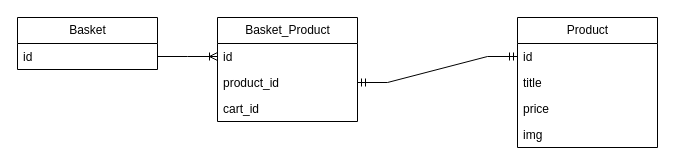
The draw.io diagram Online-store-mind.drawio in Andrew-Sparrow/online-store-mind, before the edit. Source tidied: cells renumbered, new cells numbered last; positions are measured from the earlier drawing's top-left corner, leaving out a move shared by most shapes. Both pictures are drawn from the tidied source at 100%, with x=0, y=0 at pixel (17, 17).
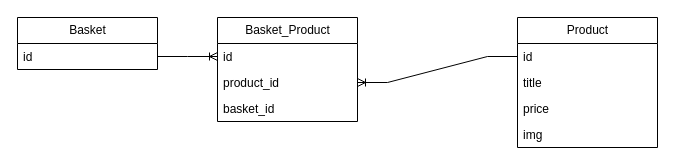
After the change.

What changed in the source:
```diff
@@
 <mxGraphModel>
   <root>
     <mxCell id="0" />
     <mxCell id="1" parent="0" />
     <mxCell id="2" value="Product" style="swimlane;fontStyle=0;horizontal=1;startSize=26;fillColor=none;html=1;" parent="1" vertex="1">
       <mxGeometry x="500" width="140" height="130" as="geometry" />
     </mxCell>
     <mxCell id="3" value="id" style="text;strokeColor=none;fillColor=none;align=left;verticalAlign=top;spacingLeft=4;spacingRight=4;overflow=hidden;points=[[0,0.5],[1,0.5]];portConstraint=eastwest;whiteSpace=wrap;html=1;" parent="2" vertex="1">
       <mxGeometry y="26" width="140" height="26" as="geometry" />
     </mxCell>
     <mxCell id="4" value="title" style="text;strokeColor=none;fillColor=none;align=left;verticalAlign=top;spacingLeft=4;spacingRight=4;overflow=hidden;whiteSpace=wrap;html=1;" parent="2" vertex="1">
       <mxGeometry y="52" width="140" height="26" as="geometry" />
     </mxCell>
     <mxCell id="5" value="price" style="text;strokeColor=none;fillColor=none;align=left;verticalAlign=top;spacingLeft=4;spacingRight=4;overflow=hidden;whiteSpace=wrap;html=1;" parent="2" vertex="1">
       <mxGeometry y="78" width="140" height="26" as="geometry" />
     </mxCell>
     <mxCell id="6" value="img" style="text;strokeColor=none;fillColor=none;align=left;verticalAlign=top;spacingLeft=4;spacingRight=4;overflow=hidden;whiteSpace=wrap;html=1;" parent="2" vertex="1">
       <mxGeometry y="104" width="140" height="26" as="geometry" />
     </mxCell>
     <mxCell id="7" value="Basket" style="swimlane;fontStyle=0;horizontal=1;startSize=26;fillColor=none;html=1;" parent="1" vertex="1">
       <mxGeometry width="140" height="52" as="geometry" />
     </mxCell>
     <mxCell id="8" value="id" style="text;strokeColor=none;fillColor=none;align=left;verticalAlign=top;spacingLeft=4;spacingRight=4;overflow=hidden;points=[[0,0.5],[1,0.5]];portConstraint=eastwest;whiteSpace=wrap;html=1;" parent="7" vertex="1">
       <mxGeometry y="26" width="140" height="26" as="geometry" />
     </mxCell>
     <mxCell id="9" value="Basket_Product" style="swimlane;fontStyle=0;horizontal=1;startSize=26;fillColor=none;html=1;" parent="1" vertex="1">
       <mxGeometry x="200" width="140" height="104" as="geometry" />
     </mxCell>
     <mxCell id="10" value="id" style="text;strokeColor=none;fillColor=none;align=left;verticalAlign=top;spacingLeft=4;spacingRight=4;overflow=hidden;points=[[0,0.5],[1,0.5]];portConstraint=eastwest;whiteSpace=wrap;html=1;" parent="9" vertex="1">
       <mxGeometry y="26" width="140" height="26" as="geometry" />
     </mxCell>
     <mxCell id="11" value="product_id" style="text;strokeColor=none;fillColor=none;align=left;verticalAlign=top;spacingLeft=4;spacingRight=4;overflow=hidden;points=[[0,0.5],[1,0.5]];portConstraint=eastwest;whiteSpace=wrap;html=1;" parent="9" vertex="1">
       <mxGeometry y="52" width="140" height="26" as="geometry" />
     </mxCell>
-    <mxCell id="12" value="cart_id" style="text;strokeColor=none;fillColor=none;align=left;verticalAlign=top;spacingLeft=4;spacingRight=4;overflow=hidden;whiteSpace=wrap;html=1;" parent="9" vertex="1">
+    <mxCell id="12" value="basket_id" style="text;strokeColor=none;fillColor=none;align=left;verticalAlign=top;spacingLeft=4;spacingRight=4;overflow=hidden;whiteSpace=wrap;html=1;" parent="9" vertex="1">
       <mxGeometry y="78" width="140" height="26" as="geometry" />
     </mxCell>
     <mxCell id="13" style="edgeStyle=entityRelationEdgeStyle;fontSize=12;html=1;endArrow=ERoneToMany;rounded=0;exitX=1;exitY=0.5;exitDx=0;exitDy=0;entryX=0;entryY=0.5;entryDx=0;entryDy=0;" parent="1" edge="1" source="8" target="10">
       <mxGeometry relative="1" as="geometry" />
     </mxCell>
-    <mxCell id="14" style="edgeStyle=entityRelationEdgeStyle;fontSize=12;html=1;endArrow=ERmandOne;startArrow=ERmandOne;rounded=0;exitX=1;exitY=0.5;exitDx=0;exitDy=0;entryX=0;entryY=0.5;entryDx=0;entryDy=0;" parent="1" edge="1" source="11" target="3">
-      <mxGeometry relative="1" as="geometry" />
-    </mxCell>
+    <mxCell id="15" style="edgeStyle=entityRelationEdgeStyle;fontSize=12;html=1;endArrow=ERoneToMany;rounded=0;exitX=0;exitY=0.5;exitDx=0;exitDy=0;entryX=1;entryY=0.5;entryDx=0;entryDy=0;" parent="1" edge="1" source="3" target="11">
+      <mxGeometry relative="1" as="geometry" />
+    </mxCell>
   </root>
 </mxGraphModel>
```
